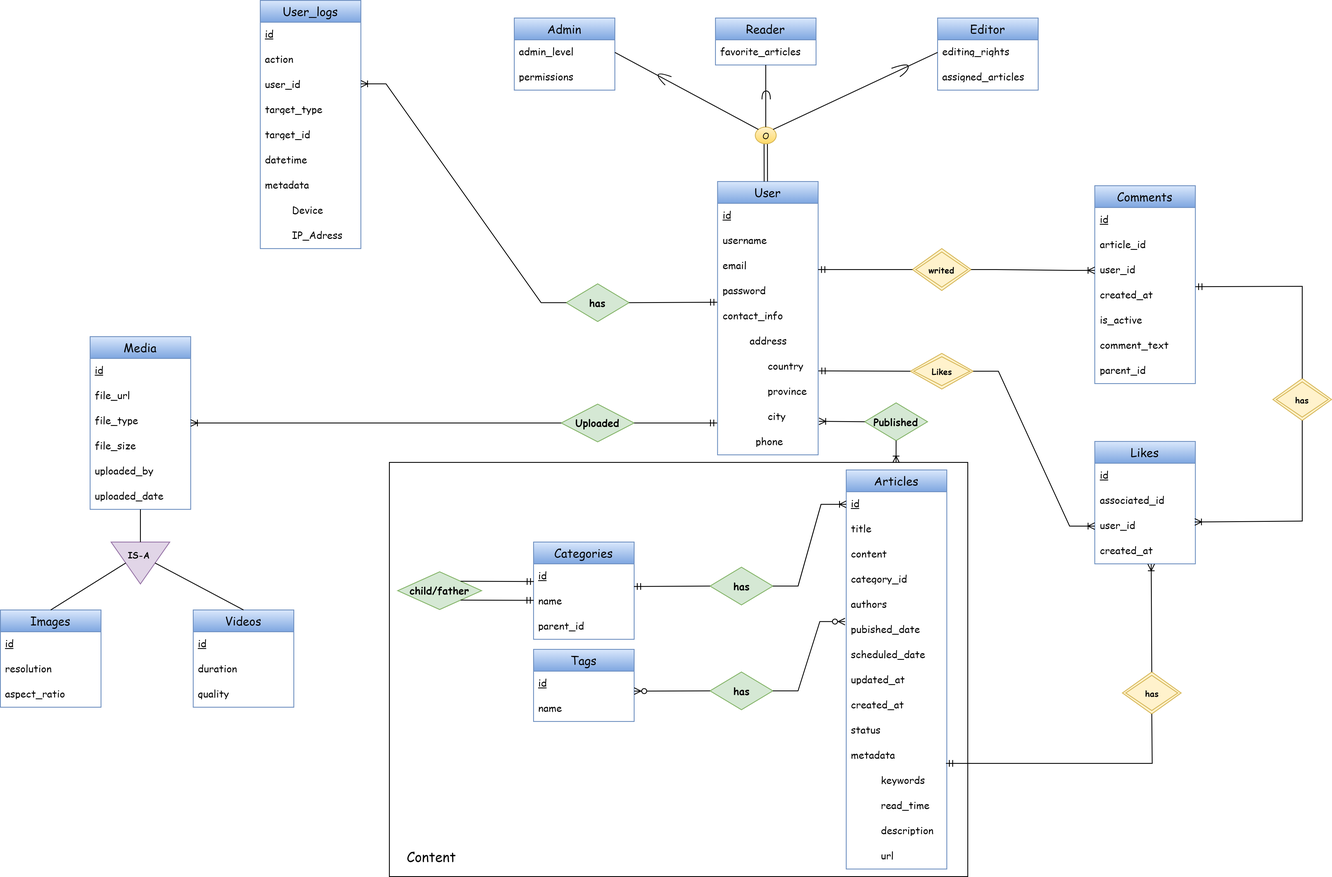
Earlier version of the draw.io export ER Diagram/CMS-EER.png (Ahooraa/CMS-MongoDB). Source tidied: cells renumbered, new cells last; positions are measured from the earlier drawing's top-left corner, leaving out a move shared by most shapes.
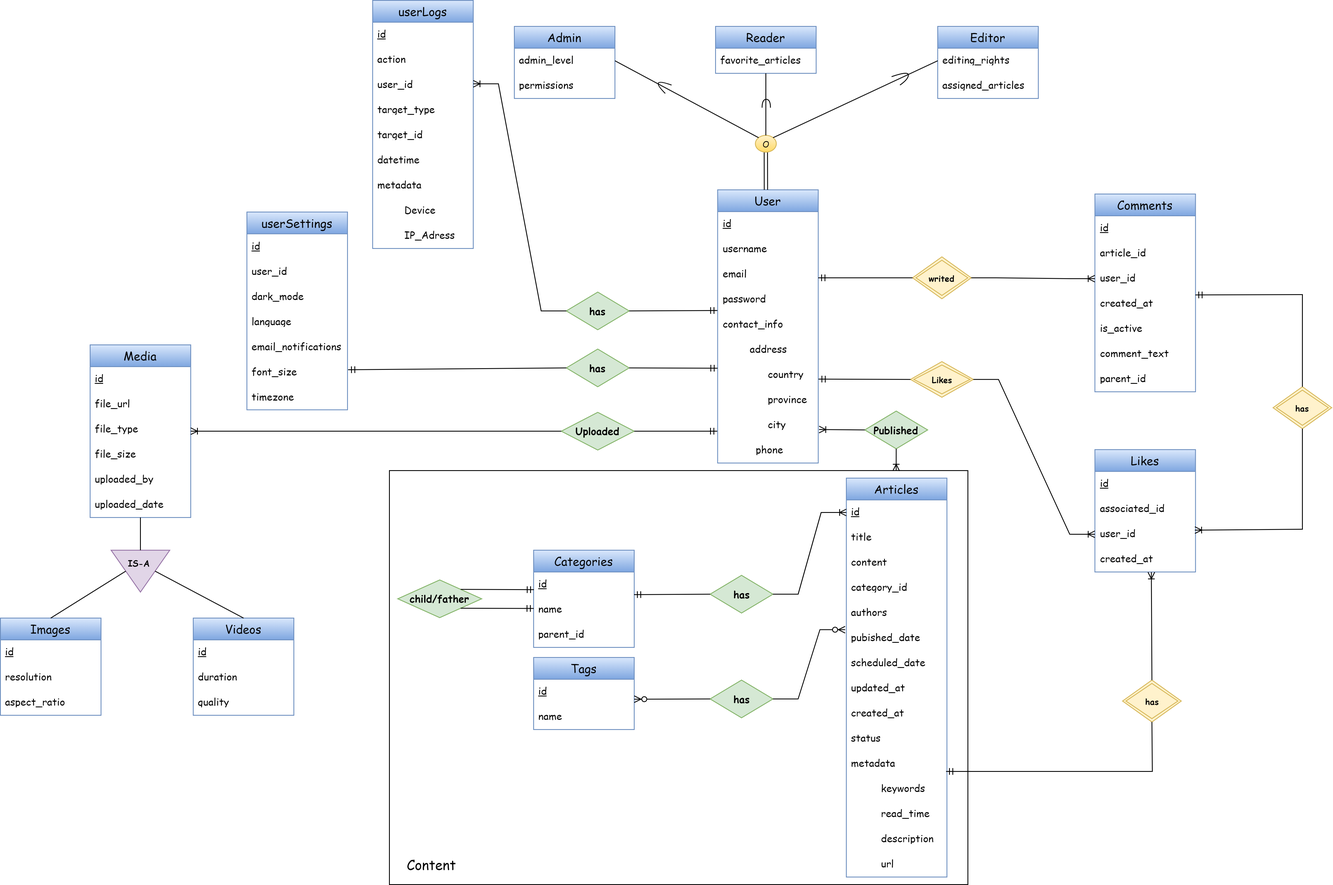
After the change.

Commit message:
Modify CMS EER Diagram

The edit, as a diff of the source:
```diff
@@ -104,8 +104,8 @@
     <mxCell id="35" value="quality" style="text;strokeColor=none;fillColor=none;spacingLeft=4;spacingRight=4;overflow=hidden;fontSize=12;whiteSpace=wrap;html=1;fontFamily=Comic Sans MS;" parent="32" vertex="1">
       <mxGeometry y="86" width="120" height="30" as="geometry" />
     </mxCell>
-    <mxCell id="36" value="User_logs" style="swimlane;fontStyle=0;horizontal=1;startSize=26;align=center;fontSize=14;fontFamily=Comic Sans MS;fillColor=#dae8fc;strokeColor=#6c8ebf;gradientColor=#7ea6e0;" parent="1" vertex="1">
-      <mxGeometry x="310" width="120" height="296" as="geometry" />
+    <mxCell id="36" value="userLogs" style="swimlane;fontStyle=0;horizontal=1;startSize=26;align=center;fontSize=14;fontFamily=Comic Sans MS;fillColor=#dae8fc;strokeColor=#6c8ebf;gradientColor=#7ea6e0;" parent="1" vertex="1">
+      <mxGeometry x="444" y="-10" width="120" height="296" as="geometry" />
     </mxCell>
     <mxCell id="37" value="id" style="text;strokeColor=none;fillColor=none;spacingLeft=4;spacingRight=4;overflow=hidden;fontSize=12;whiteSpace=wrap;html=1;fontFamily=Comic Sans MS;labelBorderColor=none;textShadow=0;fontStyle=4;" parent="36" vertex="1">
       <mxGeometry y="26" width="120" height="30" as="geometry" />
@@ -416,5 +416,38 @@
     <mxCell id="126" value="&lt;font style=&quot;font-size: 16px;&quot; face=&quot;Comic Sans MS&quot;&gt;Content&lt;/font&gt;" style="text;html=1;align=center;verticalAlign=middle;strokeColor=none;fillColor=none;" parent="1" vertex="1">
       <mxGeometry x="474" y="1006" width="80" height="30" as="geometry" />
     </mxCell>
+    <mxCell id="127" value="userSettings" style="swimlane;fontStyle=0;horizontal=1;startSize=26;align=center;fontSize=14;fontFamily=Comic Sans MS;fillColor=#dae8fc;strokeColor=#6c8ebf;gradientColor=#7ea6e0;" parent="1" vertex="1">
+      <mxGeometry x="294" y="242.5" width="120" height="236" as="geometry" />
+    </mxCell>
+    <mxCell id="128" value="id" style="text;strokeColor=none;fillColor=none;spacingLeft=4;spacingRight=4;overflow=hidden;fontSize=12;whiteSpace=wrap;html=1;fontFamily=Comic Sans MS;labelBorderColor=none;textShadow=0;fontStyle=4;" parent="127" vertex="1">
+      <mxGeometry y="26" width="120" height="30" as="geometry" />
+    </mxCell>
+    <mxCell id="129" value="user_id" style="text;strokeColor=none;fillColor=none;spacingLeft=4;spacingRight=4;overflow=hidden;fontSize=12;whiteSpace=wrap;html=1;fontFamily=Comic Sans MS;" parent="127" vertex="1">
+      <mxGeometry y="56" width="120" height="30" as="geometry" />
+    </mxCell>
+    <mxCell id="130" value="dark_mode" style="text;strokeColor=none;fillColor=none;spacingLeft=4;spacingRight=4;overflow=hidden;fontSize=12;whiteSpace=wrap;html=1;fontFamily=Comic Sans MS;" parent="127" vertex="1">
+      <mxGeometry y="86" width="120" height="30" as="geometry" />
+    </mxCell>
+    <mxCell id="131" value="language" style="text;strokeColor=none;fillColor=none;spacingLeft=4;spacingRight=4;overflow=hidden;fontSize=12;whiteSpace=wrap;html=1;fontFamily=Comic Sans MS;" parent="127" vertex="1">
+      <mxGeometry y="116" width="120" height="30" as="geometry" />
+    </mxCell>
+    <mxCell id="132" value="email_notifications" style="text;strokeColor=none;fillColor=none;spacingLeft=4;spacingRight=4;overflow=hidden;fontSize=12;whiteSpace=wrap;html=1;fontFamily=Comic Sans MS;" parent="127" vertex="1">
+      <mxGeometry y="146" width="120" height="30" as="geometry" />
+    </mxCell>
+    <mxCell id="133" value="font_size" style="text;strokeColor=none;fillColor=none;spacingLeft=4;spacingRight=4;overflow=hidden;points=[[0,0.5],[1,0.5]];portConstraint=eastwest;fontSize=12;whiteSpace=wrap;html=1;fontFamily=Comic Sans MS;" parent="127" vertex="1">
+      <mxGeometry y="176" width="120" height="30" as="geometry" />
+    </mxCell>
+    <mxCell id="134" value="timezone" style="text;strokeColor=none;fillColor=none;spacingLeft=4;spacingRight=4;overflow=hidden;fontSize=12;whiteSpace=wrap;html=1;fontFamily=Comic Sans MS;" parent="127" vertex="1">
+      <mxGeometry y="206" width="120" height="30" as="geometry" />
+    </mxCell>
+    <mxCell id="135" value="has" style="shape=rhombus;perimeter=rhombusPerimeter;whiteSpace=wrap;html=1;align=center;fontFamily=Comic Sans MS;fontStyle=1;fillColor=#d5e8d4;strokeColor=#82b366;" parent="1" vertex="1">
+      <mxGeometry x="675" y="406" width="75" height="45" as="geometry" />
+    </mxCell>
+    <mxCell id="136" style="fontSize=12;html=1;endArrow=Line;startArrow=ERmandOne;rounded=0;exitX=-0.001;exitY=0.229;exitDx=0;exitDy=0;exitPerimeter=0;entryX=1;entryY=0.5;entryDx=0;entryDy=0;" parent="1" edge="1" source="9" target="135">
+      <mxGeometry relative="1" as="geometry" />
+    </mxCell>
+    <mxCell id="137" style="fontSize=12;html=1;endArrow=Line;startArrow=ERmandOne;rounded=0;exitX=1.006;exitY=0.406;exitDx=0;exitDy=0;entryX=0;entryY=0.5;entryDx=0;entryDy=0;exitPerimeter=0;" parent="1" edge="1" source="133" target="135">
+      <mxGeometry relative="1" as="geometry" />
+    </mxCell>
   </root>
 </mxGraphModel>
```
